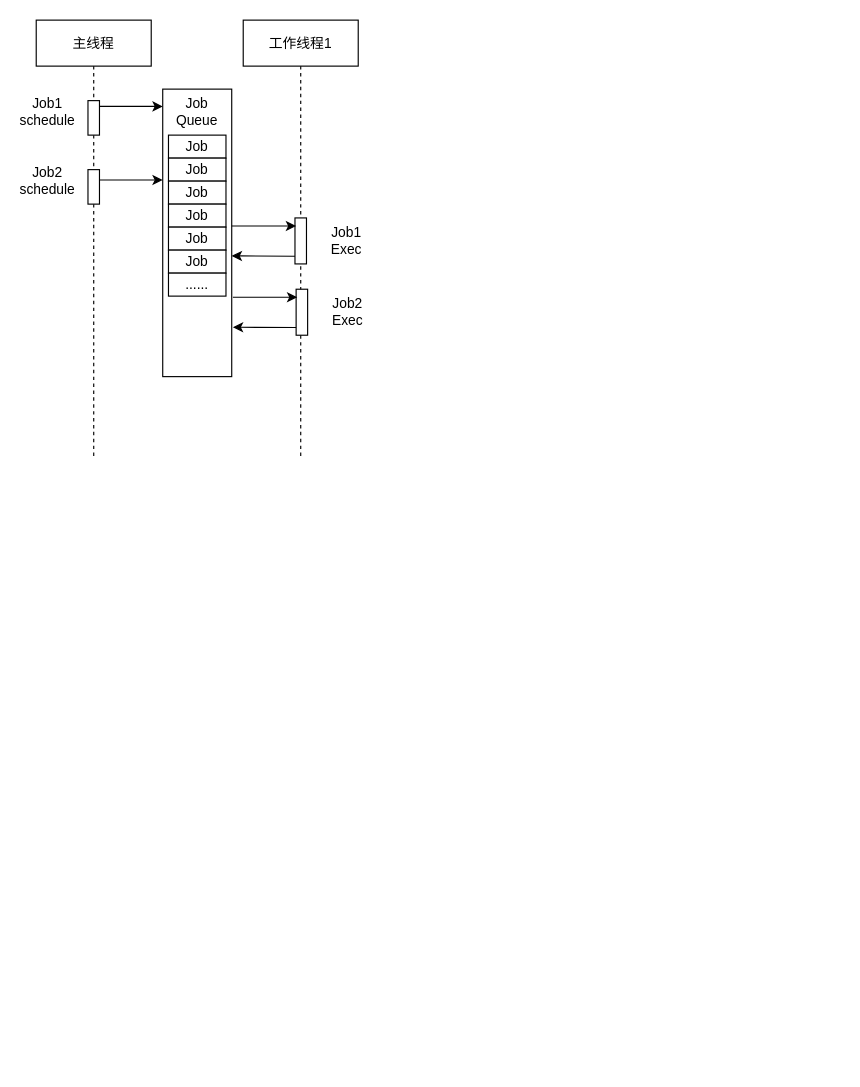
The draw.io diagram Untitled Diagram3.drawio in StoneyZou/Note, before the edit. Source tidied: cells renumbered, new cells numbered last; positions are measured from the earlier drawing's top-left corner, leaving out a move shared by most shapes. Both pictures are drawn from the tidied source at 115%, with x=0, y=0 at pixel (24, 20).
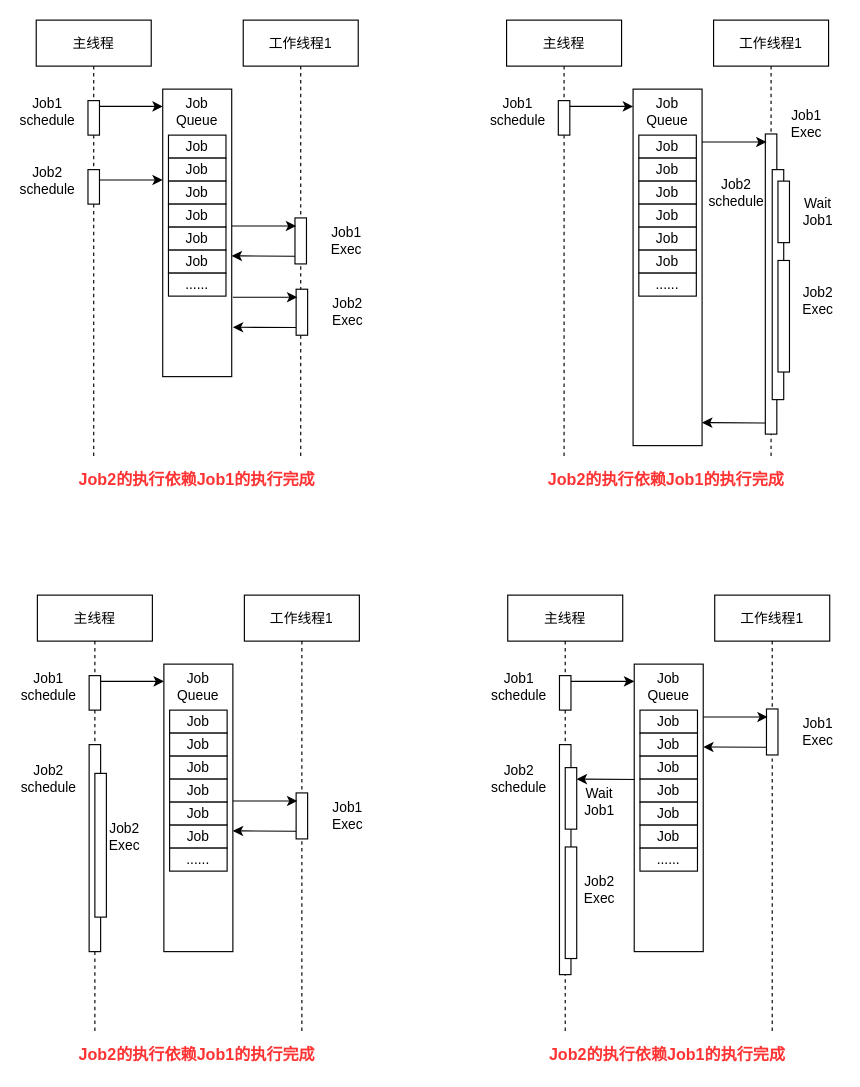
The same page after the edit.

Change to the diagram source:
```diff
@@
+    <mxCell id="27" style="endArrow=classic;html=1;exitX=0;exitY=0.833;exitDx=0;exitDy=0;exitPerimeter=0;" parent="1" edge="1">
+      <mxGeometry relative="1" as="geometry">
+        <mxPoint x="535" y="660.3" as="sourcePoint" />
+        <mxPoint x="480" y="660" as="targetPoint" />
+      </mxGeometry>
+    </mxCell>
@@
+    <mxCell id="28" style="endArrow=classic;html=1;entryX=0;entryY=0.119;entryDx=0;entryDy=0;entryPerimeter=0;" parent="1" edge="1">
+      <mxGeometry relative="1" as="geometry">
+        <mxPoint x="65" y="575" as="sourcePoint" />
+        <mxPoint x="121" y="575" as="targetPoint" />
+      </mxGeometry>
+    </mxCell>
+    <mxCell id="29" value="主线程" style="shape=umlLifeline;perimeter=lifelinePerimeter;rounded=0;shadow=0;strokeWidth=1;" parent="1" vertex="1">
+      <mxGeometry x="11" y="500" width="100" height="380" as="geometry" />
+    </mxCell>
+    <mxCell id="30" style="perimeter=orthogonalPerimeter;rounded=0;shadow=0;strokeWidth=1;" parent="29" vertex="1">
+      <mxGeometry x="45" y="130" width="10" height="180" as="geometry" />
+    </mxCell>
+    <mxCell id="31" style="perimeter=orthogonalPerimeter;rounded=0;shadow=0;strokeWidth=1;" parent="29" vertex="1">
+      <mxGeometry x="45" y="70" width="10" height="30" as="geometry" />
+    </mxCell>
+    <mxCell id="32" value="工作线程1" style="shape=umlLifeline;perimeter=lifelinePerimeter;rounded=0;shadow=0;strokeWidth=1;" parent="1" vertex="1">
+      <mxGeometry x="191" y="500" width="100" height="380" as="geometry" />
+    </mxCell>
+    <mxCell id="33" style="points=[];perimeter=orthogonalPerimeter;rounded=0;shadow=0;strokeWidth=1;" parent="32" vertex="1">
+      <mxGeometry x="45" y="172" width="10" height="40" as="geometry" />
+    </mxCell>
+    <mxCell id="34" style="rounded=0;whiteSpace=wrap;html=1;" parent="1" vertex="1">
+      <mxGeometry x="121" y="560" width="60" height="250" as="geometry" />
+    </mxCell>
+    <mxCell id="35" value="Job Queue" style="text;html=1;strokeColor=none;fillColor=none;align=center;verticalAlign=middle;whiteSpace=wrap;rounded=0;" parent="1" vertex="1">
+      <mxGeometry x="131" y="570" width="40" height="20" as="geometry" />
+    </mxCell>
+    <mxCell id="36" value="Job" style="rounded=0;whiteSpace=wrap;html=1;" parent="1" vertex="1">
+      <mxGeometry x="126" y="600" width="50" height="20" as="geometry" />
+    </mxCell>
+    <mxCell id="37" value="Job" style="rounded=0;whiteSpace=wrap;html=1;" parent="1" vertex="1">
+      <mxGeometry x="126" y="620" width="50" height="20" as="geometry" />
+    </mxCell>
+    <mxCell id="38" value="Job" style="rounded=0;whiteSpace=wrap;html=1;" parent="1" vertex="1">
+      <mxGeometry x="126" y="640" width="50" height="20" as="geometry" />
+    </mxCell>
+    <mxCell id="39" value="Job" style="rounded=0;whiteSpace=wrap;html=1;" parent="1" vertex="1">
+      <mxGeometry x="126" y="660" width="50" height="20" as="geometry" />
+    </mxCell>
+    <mxCell id="40" value="Job" style="rounded=0;whiteSpace=wrap;html=1;" parent="1" vertex="1">
+      <mxGeometry x="126" y="680" width="50" height="20" as="geometry" />
+    </mxCell>
+    <mxCell id="41" value="Job" style="rounded=0;whiteSpace=wrap;html=1;" parent="1" vertex="1">
+      <mxGeometry x="126" y="700" width="50" height="20" as="geometry" />
+    </mxCell>
+    <mxCell id="42" value="......" style="rounded=0;whiteSpace=wrap;html=1;" parent="1" vertex="1">
+      <mxGeometry x="126" y="720" width="50" height="20" as="geometry" />
+    </mxCell>
+    <mxCell id="43" value="Job1&lt;br&gt;schedule" style="text;html=1;strokeColor=none;fillColor=none;align=center;verticalAlign=middle;whiteSpace=wrap;rounded=0;" parent="1" vertex="1">
+      <mxGeometry x="1" y="570" width="40" height="20" as="geometry" />
+    </mxCell>
+    <mxCell id="44" value="Job2&lt;br&gt;schedule" style="text;html=1;strokeColor=none;fillColor=none;align=center;verticalAlign=middle;whiteSpace=wrap;rounded=0;" parent="1" vertex="1">
+      <mxGeometry x="1" y="650" width="40" height="20" as="geometry" />
+    </mxCell>
+    <mxCell id="45" style="endArrow=classic;html=1;entryX=0;entryY=0.119;entryDx=0;entryDy=0;entryPerimeter=0;" parent="1" edge="1">
+      <mxGeometry relative="1" as="geometry">
+        <mxPoint x="181" y="679" as="sourcePoint" />
+        <mxPoint x="237" y="679" as="targetPoint" />
+      </mxGeometry>
+    </mxCell>
+    <mxCell id="46" style="endArrow=classic;html=1;exitX=0;exitY=0.833;exitDx=0;exitDy=0;exitPerimeter=0;" parent="1" edge="1" source="33">
+      <mxGeometry relative="1" as="geometry">
+        <mxPoint x="181" y="705" as="targetPoint" />
+      </mxGeometry>
+    </mxCell>
+    <mxCell id="47" value="Job1&lt;br&gt;Exec" style="text;html=1;strokeColor=none;fillColor=none;align=center;verticalAlign=middle;whiteSpace=wrap;rounded=0;" parent="1" vertex="1">
+      <mxGeometry x="261" y="682" width="40" height="20" as="geometry" />
+    </mxCell>
+    <mxCell id="48" style="perimeter=orthogonalPerimeter;rounded=0;shadow=0;strokeWidth=1;" parent="1" vertex="1">
+      <mxGeometry x="61" y="655" width="10" height="125" as="geometry" />
+    </mxCell>
+    <mxCell id="49" value="Job2&lt;br&gt;Exec" style="text;html=1;strokeColor=none;fillColor=none;align=center;verticalAlign=middle;whiteSpace=wrap;rounded=0;" parent="1" vertex="1">
+      <mxGeometry x="67" y="700" width="40" height="20" as="geometry" />
+    </mxCell>
+    <mxCell id="50" value="&lt;font style=&quot;font-size: 14px&quot; color=&quot;#ff3333&quot;&gt;&lt;b&gt;Job2的执行依赖Job1的执行完成&lt;/b&gt;&lt;/font&gt;" style="text;html=1;strokeColor=none;fillColor=none;align=center;verticalAlign=middle;whiteSpace=wrap;rounded=0;" parent="1" vertex="1">
+      <mxGeometry x="10" y="390" width="280" height="20" as="geometry" />
+    </mxCell>
+    <mxCell id="51" value="&lt;font style=&quot;font-size: 14px&quot; color=&quot;#ff3333&quot;&gt;&lt;b&gt;Job2的执行依赖Job1的执行完成&lt;/b&gt;&lt;/font&gt;" style="text;html=1;strokeColor=none;fillColor=none;align=center;verticalAlign=middle;whiteSpace=wrap;rounded=0;" parent="1" vertex="1">
+      <mxGeometry x="10" y="890" width="280" height="20" as="geometry" />
+    </mxCell>
+    <mxCell id="52" style="endArrow=classic;html=1;entryX=0;entryY=0.119;entryDx=0;entryDy=0;entryPerimeter=0;" parent="1" edge="1">
+      <mxGeometry relative="1" as="geometry">
+        <mxPoint x="474" y="575" as="sourcePoint" />
+        <mxPoint x="530" y="575" as="targetPoint" />
+      </mxGeometry>
+    </mxCell>
+    <mxCell id="53" value="主线程" style="shape=umlLifeline;perimeter=lifelinePerimeter;rounded=0;shadow=0;strokeWidth=1;" parent="1" vertex="1">
+      <mxGeometry x="420" y="500" width="100" height="380" as="geometry" />
+    </mxCell>
+    <mxCell id="54" style="perimeter=orthogonalPerimeter;rounded=0;shadow=0;strokeWidth=1;" parent="53" vertex="1">
+      <mxGeometry x="45" y="130" width="10" height="200" as="geometry" />
+    </mxCell>
+    <mxCell id="55" style="perimeter=orthogonalPerimeter;rounded=0;shadow=0;strokeWidth=1;" parent="53" vertex="1">
+      <mxGeometry x="45" y="70" width="10" height="30" as="geometry" />
+    </mxCell>
+    <mxCell id="56" style="perimeter=orthogonalPerimeter;rounded=0;shadow=0;strokeWidth=1;" parent="53" vertex="1">
+      <mxGeometry x="50" y="150" width="10" height="53.5" as="geometry" />
+    </mxCell>
+    <mxCell id="57" style="perimeter=orthogonalPerimeter;rounded=0;shadow=0;strokeWidth=1;" parent="53" vertex="1">
+      <mxGeometry x="50" y="219" width="10" height="97" as="geometry" />
+    </mxCell>
+    <mxCell id="58" value="工作线程1" style="shape=umlLifeline;perimeter=lifelinePerimeter;rounded=0;shadow=0;strokeWidth=1;" parent="1" vertex="1">
+      <mxGeometry x="600" y="500" width="100" height="380" as="geometry" />
+    </mxCell>
+    <mxCell id="59" style="points=[];perimeter=orthogonalPerimeter;rounded=0;shadow=0;strokeWidth=1;" parent="58" vertex="1">
+      <mxGeometry x="45" y="99" width="10" height="40" as="geometry" />
+    </mxCell>
+    <mxCell id="60" style="rounded=0;whiteSpace=wrap;html=1;" parent="1" vertex="1">
+      <mxGeometry x="530" y="560" width="60" height="250" as="geometry" />
+    </mxCell>
+    <mxCell id="61" value="Job Queue" style="text;html=1;strokeColor=none;fillColor=none;align=center;verticalAlign=middle;whiteSpace=wrap;rounded=0;" parent="1" vertex="1">
+      <mxGeometry x="540" y="570" width="40" height="20" as="geometry" />
+    </mxCell>
+    <mxCell id="62" value="Job" style="rounded=0;whiteSpace=wrap;html=1;" parent="1" vertex="1">
+      <mxGeometry x="535" y="600" width="50" height="20" as="geometry" />
+    </mxCell>
+    <mxCell id="63" value="Job" style="rounded=0;whiteSpace=wrap;html=1;" parent="1" vertex="1">
+      <mxGeometry x="535" y="620" width="50" height="20" as="geometry" />
+    </mxCell>
+    <mxCell id="64" value="Job" style="rounded=0;whiteSpace=wrap;html=1;" parent="1" vertex="1">
+      <mxGeometry x="535" y="640" width="50" height="20" as="geometry" />
+    </mxCell>
+    <mxCell id="65" value="Job" style="rounded=0;whiteSpace=wrap;html=1;" parent="1" vertex="1">
+      <mxGeometry x="535" y="660" width="50" height="20" as="geometry" />
+    </mxCell>
+    <mxCell id="66" value="Job" style="rounded=0;whiteSpace=wrap;html=1;" parent="1" vertex="1">
+      <mxGeometry x="535" y="680" width="50" height="20" as="geometry" />
+    </mxCell>
+    <mxCell id="67" value="Job" style="rounded=0;whiteSpace=wrap;html=1;" parent="1" vertex="1">
+      <mxGeometry x="535" y="700" width="50" height="20" as="geometry" />
+    </mxCell>
+    <mxCell id="68" value="......" style="rounded=0;whiteSpace=wrap;html=1;" parent="1" vertex="1">
+      <mxGeometry x="535" y="720" width="50" height="20" as="geometry" />
+    </mxCell>
+    <mxCell id="69" value="Job1&lt;br&gt;schedule" style="text;html=1;strokeColor=none;fillColor=none;align=center;verticalAlign=middle;whiteSpace=wrap;rounded=0;" parent="1" vertex="1">
+      <mxGeometry x="410" y="570" width="40" height="20" as="geometry" />
+    </mxCell>
+    <mxCell id="70" value="Job2&lt;br&gt;schedule" style="text;html=1;strokeColor=none;fillColor=none;align=center;verticalAlign=middle;whiteSpace=wrap;rounded=0;" parent="1" vertex="1">
+      <mxGeometry x="410" y="650" width="40" height="20" as="geometry" />
+    </mxCell>
+    <mxCell id="71" style="endArrow=classic;html=1;entryX=0;entryY=0.119;entryDx=0;entryDy=0;entryPerimeter=0;" parent="1" edge="1">
+      <mxGeometry relative="1" as="geometry">
+        <mxPoint x="590" y="606" as="sourcePoint" />
+        <mxPoint x="646" y="606" as="targetPoint" />
+      </mxGeometry>
+    </mxCell>
+    <mxCell id="72" style="endArrow=classic;html=1;exitX=0;exitY=0.833;exitDx=0;exitDy=0;exitPerimeter=0;" parent="1" edge="1" source="59">
+      <mxGeometry relative="1" as="geometry">
+        <mxPoint x="590" y="632" as="targetPoint" />
+      </mxGeometry>
+    </mxCell>
+    <mxCell id="73" value="Job1&lt;br&gt;Exec" style="text;html=1;strokeColor=none;fillColor=none;align=center;verticalAlign=middle;whiteSpace=wrap;rounded=0;" parent="1" vertex="1">
+      <mxGeometry x="670" y="609" width="40" height="20" as="geometry" />
+    </mxCell>
+    <mxCell id="74" value="Job2&lt;br&gt;Exec" style="text;html=1;strokeColor=none;fillColor=none;align=center;verticalAlign=middle;whiteSpace=wrap;rounded=0;" parent="1" vertex="1">
+      <mxGeometry x="480" y="746" width="40" height="20" as="geometry" />
+    </mxCell>
+    <mxCell id="75" value="&lt;font style=&quot;font-size: 14px&quot; color=&quot;#ff3333&quot;&gt;&lt;b&gt;Job2的执行依赖Job1的执行完成&lt;/b&gt;&lt;/font&gt;" style="text;html=1;strokeColor=none;fillColor=none;align=center;verticalAlign=middle;whiteSpace=wrap;rounded=0;" parent="1" vertex="1">
+      <mxGeometry x="419" y="890" width="280" height="20" as="geometry" />
+    </mxCell>
+    <mxCell id="76" value="Wait Job1" style="text;html=1;strokeColor=none;fillColor=none;align=center;verticalAlign=middle;whiteSpace=wrap;rounded=0;" parent="1" vertex="1">
+      <mxGeometry x="480" y="670" width="40" height="20" as="geometry" />
+    </mxCell>
+    <mxCell id="77" style="endArrow=classic;html=1;exitX=0;exitY=0.833;exitDx=0;exitDy=0;exitPerimeter=0;" parent="1" edge="1">
+      <mxGeometry relative="1" as="geometry">
+        <mxPoint x="644" y="350.3" as="sourcePoint" />
+        <mxPoint x="589" y="350" as="targetPoint" />
+      </mxGeometry>
+    </mxCell>
+    <mxCell id="78" style="endArrow=classic;html=1;entryX=0;entryY=0.119;entryDx=0;entryDy=0;entryPerimeter=0;" parent="1" edge="1">
+      <mxGeometry relative="1" as="geometry">
+        <mxPoint x="473" y="75" as="sourcePoint" />
+        <mxPoint x="529" y="75" as="targetPoint" />
+      </mxGeometry>
+    </mxCell>
+    <mxCell id="79" value="主线程" style="shape=umlLifeline;perimeter=lifelinePerimeter;rounded=0;shadow=0;strokeWidth=1;" parent="1" vertex="1">
+      <mxGeometry x="419" width="100" height="380" as="geometry" />
+    </mxCell>
+    <mxCell id="80" style="perimeter=orthogonalPerimeter;rounded=0;shadow=0;strokeWidth=1;" parent="79" vertex="1">
+      <mxGeometry x="45" y="70" width="10" height="30" as="geometry" />
+    </mxCell>
+    <mxCell id="81" value="工作线程1" style="shape=umlLifeline;perimeter=lifelinePerimeter;rounded=0;shadow=0;strokeWidth=1;" parent="1" vertex="1">
+      <mxGeometry x="599" width="100" height="380" as="geometry" />
+    </mxCell>
+    <mxCell id="82" style="perimeter=orthogonalPerimeter;rounded=0;shadow=0;strokeWidth=1;" parent="81" vertex="1">
+      <mxGeometry x="45" y="99" width="10" height="261" as="geometry" />
+    </mxCell>
+    <mxCell id="83" style="rounded=0;whiteSpace=wrap;html=1;" parent="1" vertex="1">
+      <mxGeometry x="529" y="60" width="60" height="310" as="geometry" />
+    </mxCell>
+    <mxCell id="84" value="Job Queue" style="text;html=1;strokeColor=none;fillColor=none;align=center;verticalAlign=middle;whiteSpace=wrap;rounded=0;" parent="1" vertex="1">
+      <mxGeometry x="539" y="70" width="40" height="20" as="geometry" />
+    </mxCell>
+    <mxCell id="85" value="Job" style="rounded=0;whiteSpace=wrap;html=1;" parent="1" vertex="1">
+      <mxGeometry x="534" y="100" width="50" height="20" as="geometry" />
+    </mxCell>
+    <mxCell id="86" value="Job" style="rounded=0;whiteSpace=wrap;html=1;" parent="1" vertex="1">
+      <mxGeometry x="534" y="120" width="50" height="20" as="geometry" />
+    </mxCell>
+    <mxCell id="87" value="Job" style="rounded=0;whiteSpace=wrap;html=1;" parent="1" vertex="1">
+      <mxGeometry x="534" y="140" width="50" height="20" as="geometry" />
+    </mxCell>
+    <mxCell id="88" value="Job" style="rounded=0;whiteSpace=wrap;html=1;" parent="1" vertex="1">
+      <mxGeometry x="534" y="160" width="50" height="20" as="geometry" />
+    </mxCell>
+    <mxCell id="89" value="Job" style="rounded=0;whiteSpace=wrap;html=1;" parent="1" vertex="1">
+      <mxGeometry x="534" y="180" width="50" height="20" as="geometry" />
+    </mxCell>
+    <mxCell id="90" value="Job" style="rounded=0;whiteSpace=wrap;html=1;" parent="1" vertex="1">
+      <mxGeometry x="534" y="200" width="50" height="20" as="geometry" />
+    </mxCell>
+    <mxCell id="91" value="......" style="rounded=0;whiteSpace=wrap;html=1;" parent="1" vertex="1">
+      <mxGeometry x="534" y="220" width="50" height="20" as="geometry" />
+    </mxCell>
+    <mxCell id="92" value="Job1&lt;br&gt;schedule" style="text;html=1;strokeColor=none;fillColor=none;align=center;verticalAlign=middle;whiteSpace=wrap;rounded=0;" parent="1" vertex="1">
+      <mxGeometry x="409" y="70" width="40" height="20" as="geometry" />
+    </mxCell>
+    <mxCell id="93" style="endArrow=classic;html=1;entryX=0;entryY=0.119;entryDx=0;entryDy=0;entryPerimeter=0;" parent="1" edge="1">
+      <mxGeometry relative="1" as="geometry">
+        <mxPoint x="589" y="106" as="sourcePoint" />
+        <mxPoint x="645" y="106" as="targetPoint" />
+      </mxGeometry>
+    </mxCell>
+    <mxCell id="94" value="Job1&lt;br&gt;Exec" style="text;html=1;strokeColor=none;fillColor=none;align=center;verticalAlign=middle;whiteSpace=wrap;rounded=0;" parent="1" vertex="1">
+      <mxGeometry x="660" y="80" width="40" height="20" as="geometry" />
+    </mxCell>
+    <mxCell id="95" value="Job2&lt;br&gt;Exec" style="text;html=1;strokeColor=none;fillColor=none;align=center;verticalAlign=middle;whiteSpace=wrap;rounded=0;" parent="1" vertex="1">
+      <mxGeometry x="670" y="234" width="40" height="20" as="geometry" />
+    </mxCell>
+    <mxCell id="96" value="&lt;font style=&quot;font-size: 14px&quot; color=&quot;#ff3333&quot;&gt;&lt;b&gt;Job2的执行依赖Job1的执行完成&lt;/b&gt;&lt;/font&gt;" style="text;html=1;strokeColor=none;fillColor=none;align=center;verticalAlign=middle;whiteSpace=wrap;rounded=0;" parent="1" vertex="1">
+      <mxGeometry x="418" y="390" width="280" height="20" as="geometry" />
+    </mxCell>
+    <mxCell id="97" value="Wait Job1" style="text;html=1;strokeColor=none;fillColor=none;align=center;verticalAlign=middle;whiteSpace=wrap;rounded=0;" parent="1" vertex="1">
+      <mxGeometry x="670" y="156.8" width="40" height="20" as="geometry" />
+    </mxCell>
+    <mxCell id="98" style="perimeter=orthogonalPerimeter;rounded=0;shadow=0;strokeWidth=1;" parent="1" vertex="1">
+      <mxGeometry x="650" y="130" width="10" height="200" as="geometry" />
+    </mxCell>
+    <mxCell id="99" style="perimeter=orthogonalPerimeter;rounded=0;shadow=0;strokeWidth=1;" parent="1" vertex="1">
+      <mxGeometry x="655" y="140" width="10" height="53.5" as="geometry" />
+    </mxCell>
+    <mxCell id="100" style="perimeter=orthogonalPerimeter;rounded=0;shadow=0;strokeWidth=1;" parent="1" vertex="1">
+      <mxGeometry x="655" y="209" width="10" height="97" as="geometry" />
+    </mxCell>
+    <mxCell id="101" value="Job2&lt;br&gt;schedule" style="text;html=1;strokeColor=none;fillColor=none;align=center;verticalAlign=middle;whiteSpace=wrap;rounded=0;" parent="1" vertex="1">
+      <mxGeometry x="599" y="140" width="40" height="20" as="geometry" />
+    </mxCell>
```
